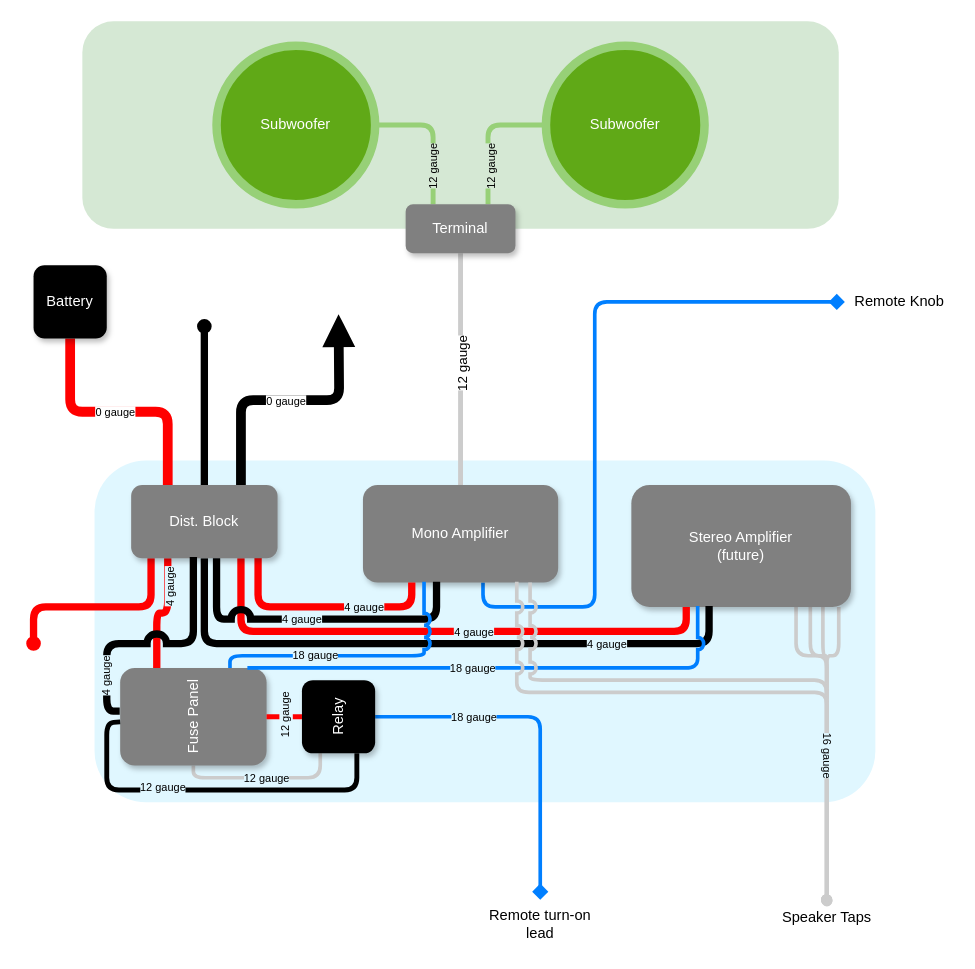
Before: Kia Optima Car Stereo Wiring.drawio in nicholasleblanc/diagrams, a draw.io diagram. Source tidied: cells renumbered, new cells numbered last; positions are measured from the earlier drawing's top-left corner, leaving out a move shared by most shapes. Both pictures are drawn from the tidied source at 122%, with x=0, y=0 at pixel (33, 21).
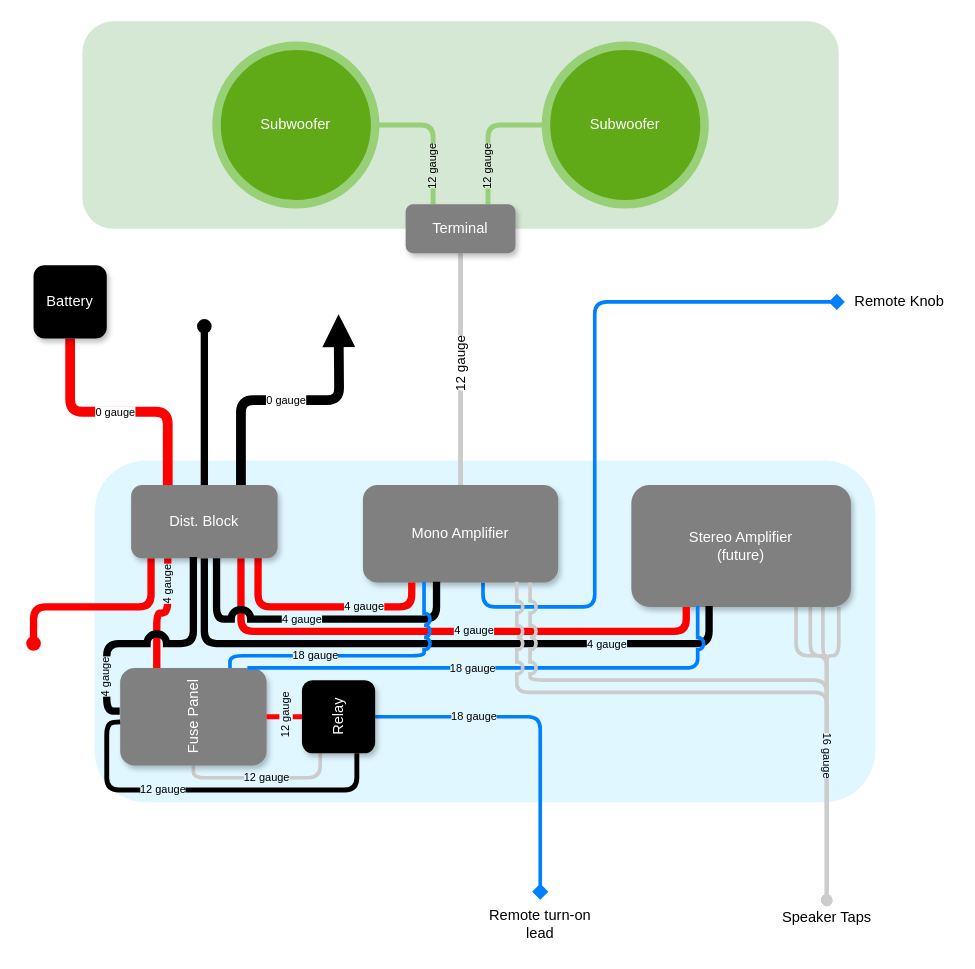
The same diagram, later.

The change refers to these unchanged cells:
```xml
<mxCell id="3" style="edgeStyle=orthogonalEdgeStyle;rounded=1;jettySize=auto;html=1;exitX=0.5;exitY=0;exitDx=0;exitDy=0;entryX=0.5;entryY=1;entryDx=0;entryDy=0;strokeColor=#CCCCCC;strokeWidth=4;endArrow=none;endFill=0;jumpStyle=arc;" parent="1" edge="1" source="6" target="45">
  <mxGeometry relative="1" as="geometry" />
</mxCell>
<mxCell id="12" style="edgeStyle=orthogonalEdgeStyle;jettySize=auto;html=1;entryX=0.25;entryY=1;entryDx=0;entryDy=0;exitX=0.867;exitY=0.983;exitDx=0;exitDy=0;endArrow=none;endFill=0;strokeWidth=6;strokeColor=#FF0000;exitPerimeter=0;rounded=1;jumpStyle=arc;" parent="1" edge="1" source="26" target="6">
  <mxGeometry relative="1" as="geometry" />
</mxCell>
<mxCell id="14" style="edgeStyle=orthogonalEdgeStyle;jettySize=auto;html=1;exitX=0.75;exitY=1;exitDx=0;exitDy=0;entryX=0.25;entryY=1;entryDx=0;entryDy=0;strokeColor=#FF0000;strokeWidth=6;endArrow=none;endFill=0;rounded=1;jumpStyle=arc;" parent="1" edge="1" source="26" target="11">
  <mxGeometry relative="1" as="geometry" />
</mxCell>
<mxCell id="18" style="edgeStyle=orthogonalEdgeStyle;jettySize=auto;html=1;exitX=0.25;exitY=1;exitDx=0;exitDy=0;strokeColor=#FF0000;strokeWidth=6;endArrow=none;endFill=0;rounded=1;jumpStyle=arc;entryX=1;entryY=0.25;entryDx=0;entryDy=0;" parent="1" edge="1" source="26" target="31">
  <mxGeometry relative="1" as="geometry" />
</mxCell>
<mxCell id="23" style="edgeStyle=orthogonalEdgeStyle;rounded=1;jumpStyle=arc;jettySize=auto;html=1;exitX=0.75;exitY=0;exitDx=0;exitDy=0;strokeColor=#000000;strokeWidth=8;endArrow=block;endFill=1;" parent="1" edge="1" source="26">
  <mxGeometry relative="1" as="geometry">
    <mxPoint x="250" y="240" as="targetPoint" />
  </mxGeometry>
</mxCell>
<mxCell id="27" style="edgeStyle=orthogonalEdgeStyle;jettySize=auto;html=1;exitX=0;exitY=0.5;exitDx=0;exitDy=0;strokeColor=#CCCCCC;strokeWidth=3;endArrow=none;endFill=0;rounded=1;jumpStyle=arc;entryX=0;entryY=0.25;entryDx=0;entryDy=0;" parent="1" edge="1" source="31" target="38">
  <mxGeometry relative="1" as="geometry">
    <Array as="points">
      <mxPoint x="131" y="620" />
      <mxPoint x="235" y="620" />
    </Array>
  </mxGeometry>
</mxCell>
<mxCell id="29" style="edgeStyle=orthogonalEdgeStyle;jettySize=auto;html=1;entryX=0.425;entryY=0.983;entryDx=0;entryDy=0;strokeColor=#000000;strokeWidth=6;endArrow=none;endFill=0;entryPerimeter=0;rounded=1;jumpStyle=arc;exitX=0.558;exitY=-0.003;exitDx=0;exitDy=0;exitPerimeter=0;" parent="1" edge="1" source="31" target="26">
  <mxGeometry relative="1" as="geometry">
    <Array as="points">
      <mxPoint x="60" y="565" />
      <mxPoint x="60" y="510" />
      <mxPoint x="131" y="510" />
    </Array>
  </mxGeometry>
</mxCell>
<mxCell id="32" style="edgeStyle=orthogonalEdgeStyle;jettySize=auto;html=1;exitX=0;exitY=0.75;exitDx=0;exitDy=0;strokeColor=#000000;strokeWidth=4;endArrow=none;endFill=0;rounded=1;jumpStyle=arc;" parent="1" edge="1" source="38" target="31">
  <mxGeometry relative="1" as="geometry">
    <Array as="points">
      <mxPoint x="265" y="630" />
      <mxPoint x="60" y="630" />
      <mxPoint x="60" y="575" />
    </Array>
  </mxGeometry>
</mxCell>
<mxCell id="36" style="edgeStyle=orthogonalEdgeStyle;rounded=1;jettySize=auto;html=1;strokeColor=#007FFF;strokeWidth=3;endArrow=diamond;endFill=1;entryX=0.503;entryY=0;entryDx=0;entryDy=0;entryPerimeter=0;jumpStyle=arc;exitX=0.5;exitY=1;exitDx=0;exitDy=0;" parent="1" edge="1" source="38" target="39">
  <mxGeometry relative="1" as="geometry" />
</mxCell>
<mxCell id="41" style="edgeStyle=orthogonalEdgeStyle;rounded=1;jumpStyle=arc;jettySize=auto;html=1;exitX=0.25;exitY=0;exitDx=0;exitDy=0;strokeColor=#97D077;strokeWidth=4;endArrow=none;endFill=0;" parent="1" edge="1" source="45" target="46">
  <mxGeometry relative="1" as="geometry" />
</mxCell>
<mxCell id="43" style="edgeStyle=orthogonalEdgeStyle;rounded=1;jumpStyle=arc;jettySize=auto;html=1;exitX=0.75;exitY=0;exitDx=0;exitDy=0;entryX=0;entryY=0.5;entryDx=0;entryDy=0;strokeColor=#97D077;strokeWidth=4;endArrow=none;endFill=0;" parent="1" edge="1" source="45" target="47">
  <mxGeometry x="-0.29" y="3" relative="1" as="geometry" />
</mxCell>
```

Change to the diagram source:
```diff
@@
-    <mxCell id="4" value="12 gauge" style="edgeLabel;align=center;verticalAlign=middle;fontColor=#000000;labelBorderColor=none;labelBackgroundColor=default;spacingTop=0;spacingBottom=0;spacing=0;html=1;horizontal=1;rotation=-90;" parent="3" vertex="1">
-      <mxGeometry x="0.03" y="-1" relative="1" as="geometry" />
+    <mxCell id="4" value="12 gauge" style="edgeLabel;align=center;verticalAlign=middle;fontColor=#000000;labelBorderColor=none;labelBackgroundColor=default;spacingTop=0;spacingBottom=0;spacing=0;horizontal=1;rotation=-90;html=1;" parent="3" vertex="1">
+      <mxGeometry x="0.03" y="-1" relative="1" as="geometry">
+        <mxPoint x="-2" as="offset" />
+      </mxGeometry>
     </mxCell>
@@
     <mxCell id="13" value="4 gauge" style="edgeLabel;html=1;align=center;verticalAlign=middle;fontSize=9;fontColor=#000000;labelBackgroundColor=#E0F7FF;" parent="12" vertex="1">
-      <mxGeometry x="0.37" relative="1" as="geometry" />
+      <mxGeometry x="0.37" relative="1" as="geometry">
+        <mxPoint y="-1" as="offset" />
+      </mxGeometry>
     </mxCell>
@@
     <mxCell id="15" value="4 gauge" style="edgeLabel;html=1;align=center;verticalAlign=middle;fontSize=9;fontColor=#000000;labelBackgroundColor=#E0F7FF;" parent="14" vertex="1">
       <mxGeometry x="0.09" y="1" relative="1" as="geometry">
-        <mxPoint x="7" y="1" as="offset" />
+        <mxPoint x="7" as="offset" />
       </mxGeometry>
     </mxCell>
@@
     <mxCell id="19" value="4 gauge" style="edgeLabel;html=1;align=center;verticalAlign=middle;fontSize=9;fontColor=#000000;rotation=-90;labelBackgroundColor=#E0F7FF;" parent="18" vertex="1">
-      <mxGeometry x="-0.5" y="2" relative="1" as="geometry" />
+      <mxGeometry x="-0.5" y="2" relative="1" as="geometry">
+        <mxPoint x="-3" y="-2" as="offset" />
+      </mxGeometry>
     </mxCell>
@@
     <mxCell id="24" value="0 gauge" style="edgeLabel;html=1;align=center;verticalAlign=middle;fontSize=9;fontColor=#000000;" parent="23" vertex="1">
-      <mxGeometry x="-0.04" y="-1" relative="1" as="geometry" />
+      <mxGeometry x="-0.04" y="-1" relative="1" as="geometry">
+        <mxPoint y="-1" as="offset" />
+      </mxGeometry>
     </mxCell>
@@
     <mxCell id="28" value="12 gauge" style="edgeLabel;html=1;align=center;verticalAlign=middle;fontSize=9;fontColor=#000000;labelBackgroundColor=#E0F7FF;" parent="27" vertex="1">
       <mxGeometry x="0.21" relative="1" as="geometry">
-        <mxPoint x="-12" as="offset" />
+        <mxPoint x="-12" y="-1" as="offset" />
       </mxGeometry>
     </mxCell>
@@
     <mxCell id="30" value="4 gauge" style="edgeLabel;html=1;align=center;verticalAlign=middle;fontSize=9;fontColor=#000000;rotation=-90;labelBackgroundColor=#E0F7FF;" parent="29" vertex="1">
-      <mxGeometry x="-0.63" y="1" relative="1" as="geometry" />
+      <mxGeometry x="-0.63" y="1" relative="1" as="geometry">
+        <mxPoint x="-1" y="1" as="offset" />
+      </mxGeometry>
     </mxCell>
@@
     <mxCell id="33" value="12 gauge" style="edgeLabel;html=1;align=center;verticalAlign=middle;fontSize=9;fontColor=#000000;labelBackgroundColor=#E0F7FF;" parent="32" vertex="1">
       <mxGeometry x="-0.21" y="-3" relative="1" as="geometry">
-        <mxPoint x="-71" as="offset" />
+        <mxPoint x="-71" y="2" as="offset" />
       </mxGeometry>
     </mxCell>
@@
     <mxCell id="37" value="18 gauge" style="edgeLabel;html=1;align=center;verticalAlign=middle;fontColor=#000000;fontSize=9;labelBackgroundColor=#E0F7FF;" parent="36" vertex="1">
       <mxGeometry x="-0.53" y="-1" relative="1" as="geometry">
-        <mxPoint x="13" y="-1" as="offset" />
+        <mxPoint x="13" y="-2" as="offset" />
       </mxGeometry>
     </mxCell>
@@
     <mxCell id="42" value="12 gauge" style="edgeLabel;html=1;align=center;verticalAlign=middle;fontSize=9;fontColor=#000000;rotation=-90;labelBackgroundColor=#D5E8D4;" parent="41" vertex="1">
       <mxGeometry x="-0.34" relative="1" as="geometry">
-        <mxPoint y="7" as="offset" />
+        <mxPoint x="-1" y="7" as="offset" />
       </mxGeometry>
     </mxCell>
@@
     <mxCell id="44" value="12 gauge" style="edgeLabel;html=1;align=center;verticalAlign=middle;fontSize=9;fontColor=#000000;rotation=-90;labelBackgroundColor=#D5E8D4;" parent="43" vertex="1">
       <mxGeometry x="-0.05" relative="1" as="geometry">
-        <mxPoint x="2" y="23" as="offset" />
+        <mxPoint x="-1" y="23" as="offset" />
       </mxGeometry>
     </mxCell>
```
